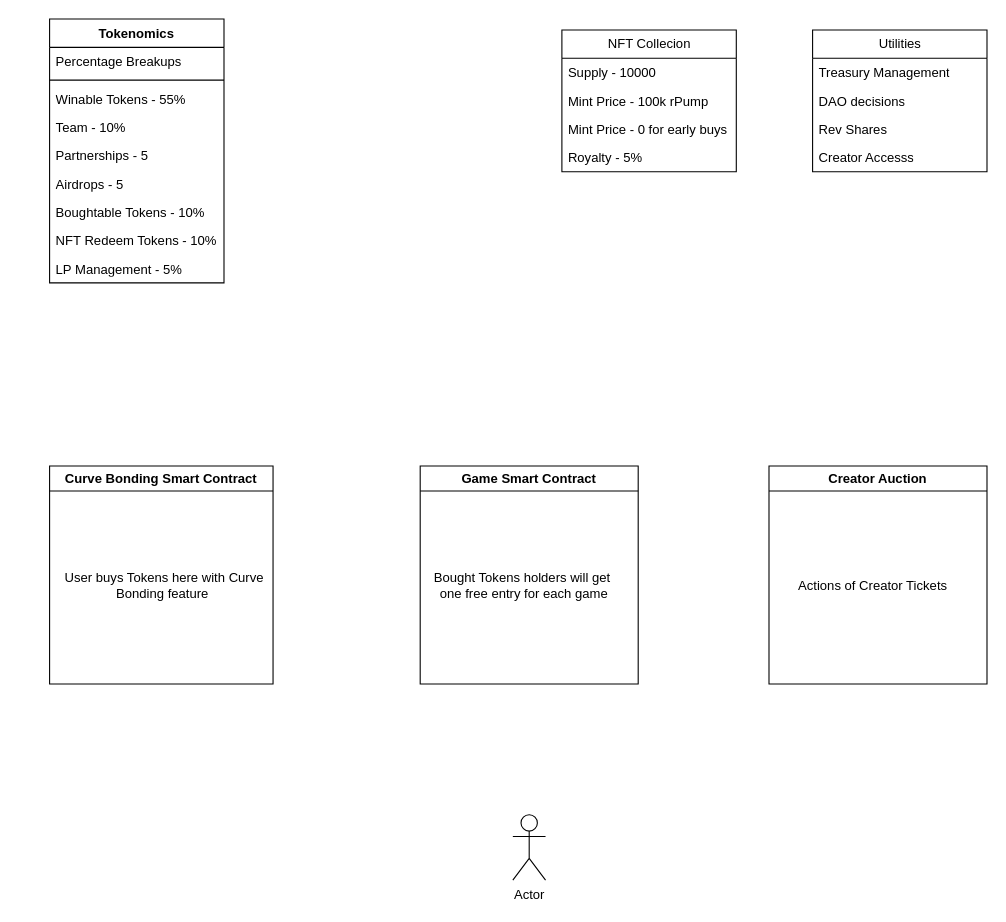
Above: Untitled Diagram.drawio in Mohsinsiddi/1inch-r-d (draw.io), before the change. Source tidied: cells renumbered, new cells numbered last; positions are measured from the earlier drawing's top-left corner, leaving out a move shared by most shapes. Both pictures are drawn from the tidied source at 109%, with x=0, y=0 at pixel (49, 19).
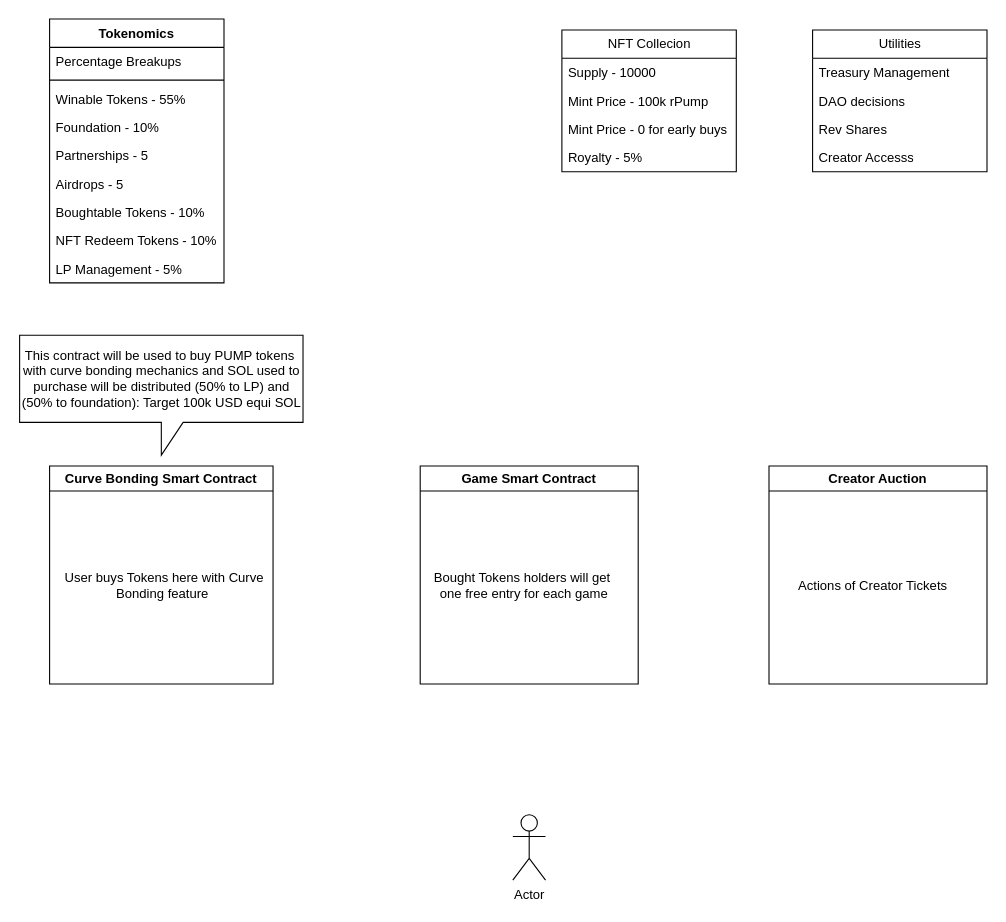
After the change.

Unchanged cells that the change refers to:
```xml
<mxCell id="7" value="Tokenomics" style="swimlane;fontStyle=1;align=center;verticalAlign=top;horizontal=1;startSize=26;whiteSpace=wrap;html=1;" parent="1" vertex="1">
  <mxGeometry width="160" height="242" as="geometry" />
</mxCell>
```

Diff of the diagram source:
```diff
@@
-    <mxCell id="11" value="Team - 10%" style="text;strokeColor=none;fillColor=none;align=left;verticalAlign=top;spacingLeft=4;spacingRight=4;overflow=hidden;whiteSpace=wrap;html=1;" parent="7" vertex="1">
+    <mxCell id="11" value="Foundation - 10%" style="text;strokeColor=none;fillColor=none;align=left;verticalAlign=top;spacingLeft=4;spacingRight=4;overflow=hidden;whiteSpace=wrap;html=1;" parent="7" vertex="1">
       <mxGeometry y="86" width="160" height="26" as="geometry" />
     </mxCell>
@@
+    <mxCell id="29" value="This contract will be used to buy PUMP tokens&amp;nbsp;&lt;br&gt;with curve bonding mechanics and SOL used to&lt;br&gt;purchase will be distributed (50% to LP) and (50% to foundation): Target 100k USD equi SOL" style="shape=callout;whiteSpace=wrap;html=1;perimeter=calloutPerimeter;" parent="1" vertex="1">
+      <mxGeometry x="-27.5" y="290" width="260" height="110" as="geometry" />
+    </mxCell>
```
